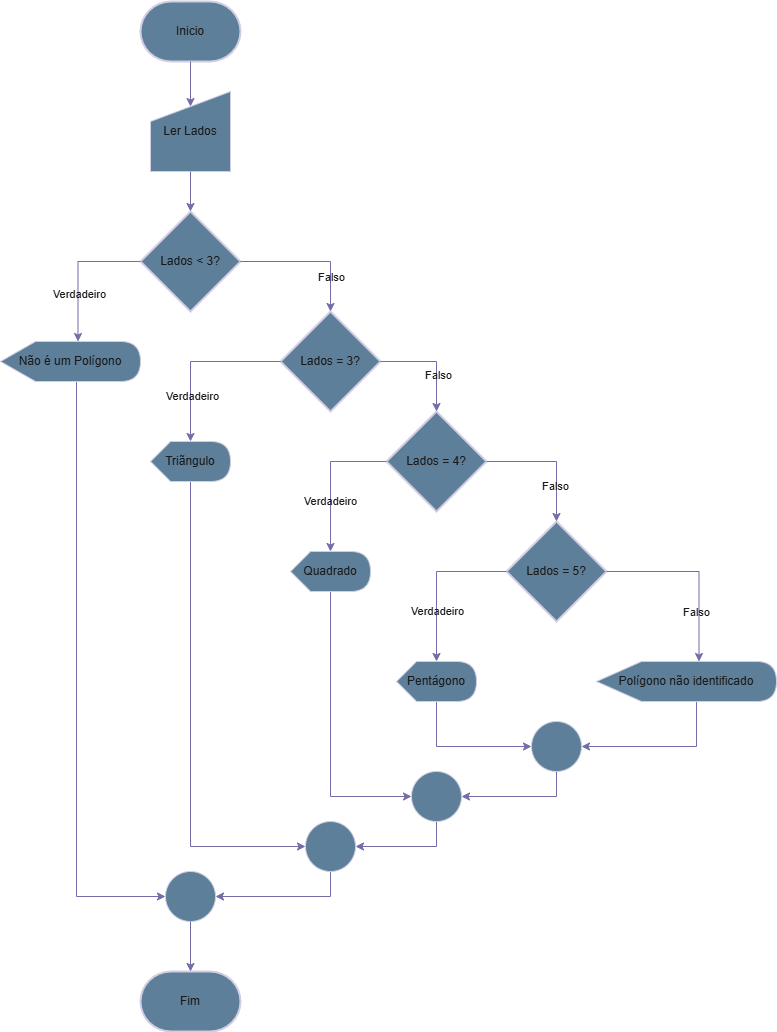
The draw.io diagram Diagramas/exercicios22.drawio.png in andrew-cdia/algoritmos-lista1, before a commit. Source tidied: cells renumbered, new cells last; positions are measured from the earlier drawing's top-left corner, leaving out a move shared by most shapes.
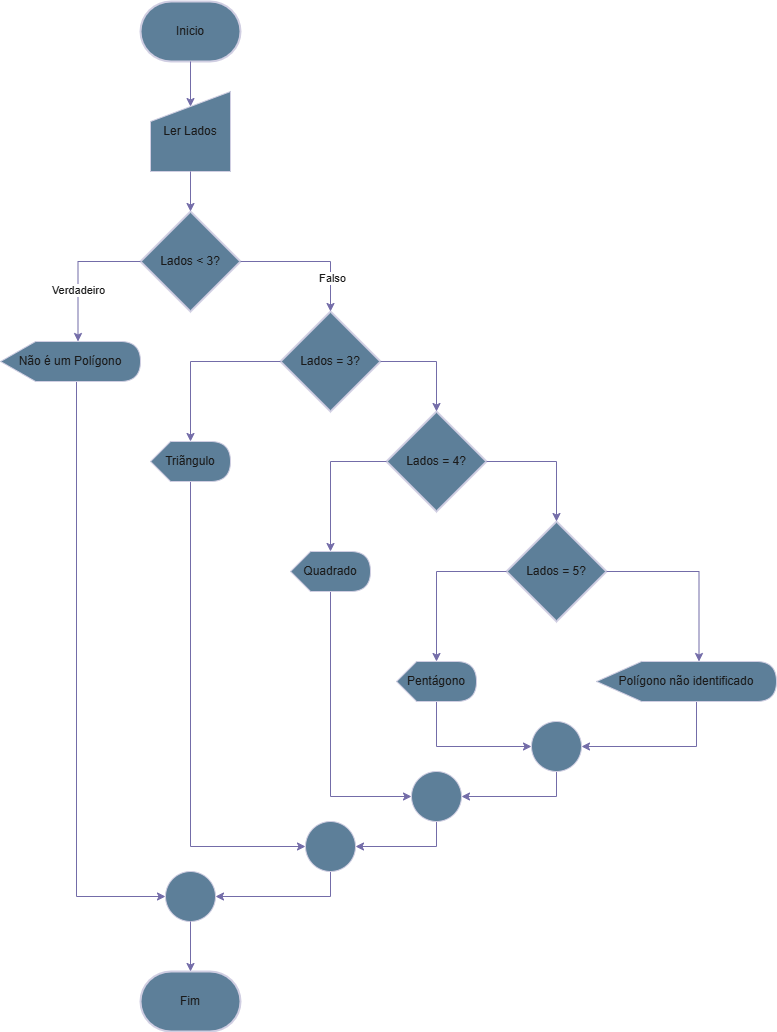
The same file after the commit.

Diff of the diagram source:
```diff
@@ -76,9 +76,6 @@
     <mxCell id="19" style="edgeStyle=orthogonalEdgeStyle;rounded=0;jettySize=auto;html=1;entryX=0;entryY=0;entryDx=40;entryDy=0;entryPerimeter=0;labelBackgroundColor=none;strokeColor=#736CA8;fontColor=default;" parent="1" edge="1" source="8" target="16">
       <mxGeometry relative="1" as="geometry" />
     </mxCell>
-    <mxCell id="20" value="Verdadeiro" style="edgeLabel;html=1;align=center;verticalAlign=middle;labelBackgroundColor=none;fontColor=#1A1A1A;" parent="19" vertex="1">
-      <mxGeometry x="0.36" relative="1" as="geometry" />
-    </mxCell>
     <mxCell id="21" style="edgeStyle=orthogonalEdgeStyle;rounded=0;jettySize=auto;html=1;entryX=0;entryY=0;entryDx=102.5;entryDy=0;entryPerimeter=0;labelBackgroundColor=none;strokeColor=#736CA8;fontColor=default;" parent="1" edge="1" source="8" target="18">
       <mxGeometry relative="1" as="geometry">
         <Array as="points">
@@ -86,9 +83,6 @@
         </Array>
       </mxGeometry>
     </mxCell>
-    <mxCell id="22" value="Falso" style="edgeLabel;html=1;align=center;verticalAlign=middle;labelBackgroundColor=none;fontColor=#1A1A1A;" parent="21" vertex="1">
-      <mxGeometry x="0.46" y="-3" relative="1" as="geometry" />
-    </mxCell>
     <mxCell id="23" style="edgeStyle=orthogonalEdgeStyle;rounded=0;jettySize=auto;html=1;entryX=1;entryY=0.5;entryDx=0;entryDy=0;labelBackgroundColor=none;strokeColor=#736CA8;fontColor=default;" parent="1" edge="1" source="24" target="26">
       <mxGeometry relative="1" as="geometry">
         <Array as="points">
@@ -112,27 +106,15 @@
     <mxCell id="27" style="edgeStyle=orthogonalEdgeStyle;rounded=0;jettySize=auto;html=1;entryX=0;entryY=0;entryDx=40;entryDy=0;entryPerimeter=0;labelBackgroundColor=none;strokeColor=#736CA8;fontColor=default;" parent="1" edge="1" source="7" target="14">
       <mxGeometry relative="1" as="geometry" />
     </mxCell>
-    <mxCell id="28" value="Verdadeiro" style="edgeLabel;html=1;align=center;verticalAlign=middle;labelBackgroundColor=none;fontColor=#1A1A1A;" parent="27" vertex="1">
-      <mxGeometry x="0.29" y="-1" relative="1" as="geometry" />
-    </mxCell>
     <mxCell id="29" style="edgeStyle=orthogonalEdgeStyle;rounded=0;jettySize=auto;html=1;entryX=0.5;entryY=0;entryDx=0;entryDy=0;entryPerimeter=0;labelBackgroundColor=none;strokeColor=#736CA8;fontColor=default;" parent="1" edge="1" source="7" target="8">
       <mxGeometry relative="1" as="geometry" />
     </mxCell>
-    <mxCell id="30" value="Falso" style="edgeLabel;html=1;align=center;verticalAlign=middle;labelBackgroundColor=none;fontColor=#1A1A1A;" parent="29" vertex="1">
-      <mxGeometry x="0.44" y="-2" relative="1" as="geometry" />
-    </mxCell>
     <mxCell id="31" style="edgeStyle=orthogonalEdgeStyle;rounded=0;jettySize=auto;html=1;entryX=0.5;entryY=0;entryDx=0;entryDy=0;entryPerimeter=0;labelBackgroundColor=none;strokeColor=#736CA8;fontColor=default;" parent="1" edge="1" source="6" target="7">
       <mxGeometry relative="1" as="geometry" />
     </mxCell>
-    <mxCell id="32" value="Falso" style="edgeLabel;html=1;align=center;verticalAlign=middle;labelBackgroundColor=none;fontColor=#1A1A1A;" parent="31" vertex="1">
-      <mxGeometry x="0.31" y="1" relative="1" as="geometry" />
-    </mxCell>
     <mxCell id="33" style="edgeStyle=orthogonalEdgeStyle;rounded=0;jettySize=auto;html=1;entryX=0;entryY=0;entryDx=40;entryDy=0;entryPerimeter=0;labelBackgroundColor=none;strokeColor=#736CA8;fontColor=default;" parent="1" edge="1" source="6" target="12">
       <mxGeometry relative="1" as="geometry" />
     </mxCell>
-    <mxCell id="34" value="Verdadeiro" style="edgeLabel;html=1;align=center;verticalAlign=middle;labelBackgroundColor=none;fontColor=#1A1A1A;" parent="33" vertex="1">
-      <mxGeometry x="0.46" y="1" relative="1" as="geometry" />
-    </mxCell>
     <mxCell id="35" style="edgeStyle=orthogonalEdgeStyle;rounded=0;jettySize=auto;html=1;entryX=1;entryY=0.5;entryDx=0;entryDy=0;labelBackgroundColor=none;strokeColor=#736CA8;fontColor=default;" parent="1" edge="1" source="36" target="37">
       <mxGeometry relative="1" as="geometry">
         <Array as="points">
@@ -153,15 +135,15 @@
         </Array>
       </mxGeometry>
     </mxCell>
-    <mxCell id="39" value="Verdadeiro" style="edgeLabel;html=1;align=center;verticalAlign=middle;labelBackgroundColor=none;fontColor=#1A1A1A;" parent="38" vertex="1">
-      <mxGeometry x="0.33" y="1" relative="1" as="geometry" />
-    </mxCell>
+    <mxCell id="45" value="Verdadeiro" style="edgeLabel;html=1;align=center;verticalAlign=middle;strokeColor=#D0CEE2;fontColor=#1A1A1A;fillColor=#5D7F99;" parent="38" vertex="1">
+      <mxGeometry x="0.27" relative="1" as="geometry" />
+    </mxCell>
     <mxCell id="40" style="edgeStyle=orthogonalEdgeStyle;rounded=0;jettySize=auto;html=1;entryX=0.5;entryY=0;entryDx=0;entryDy=0;entryPerimeter=0;labelBackgroundColor=none;strokeColor=#736CA8;fontColor=default;" parent="1" edge="1" source="5" target="6">
       <mxGeometry relative="1" as="geometry" />
     </mxCell>
-    <mxCell id="41" value="Falso" style="edgeLabel;html=1;align=center;verticalAlign=middle;labelBackgroundColor=none;fontColor=#1A1A1A;" parent="40" vertex="1">
-      <mxGeometry x="0.5" relative="1" as="geometry" />
-    </mxCell>
+    <mxCell id="46" value="Falso" style="edgeLabel;html=1;align=center;verticalAlign=middle;strokeColor=#D0CEE2;fontColor=#1A1A1A;fillColor=#5D7F99;" parent="40" vertex="1">
+      <mxGeometry x="0.52" y="1" relative="1" as="geometry" />
+    </mxCell>
     <mxCell id="42" style="edgeStyle=orthogonalEdgeStyle;rounded=0;jettySize=auto;html=1;entryX=0.5;entryY=0;entryDx=0;entryDy=0;entryPerimeter=0;labelBackgroundColor=none;strokeColor=#736CA8;fontColor=default;" parent="1" edge="1" source="4" target="5">
       <mxGeometry relative="1" as="geometry" />
     </mxCell>
```
